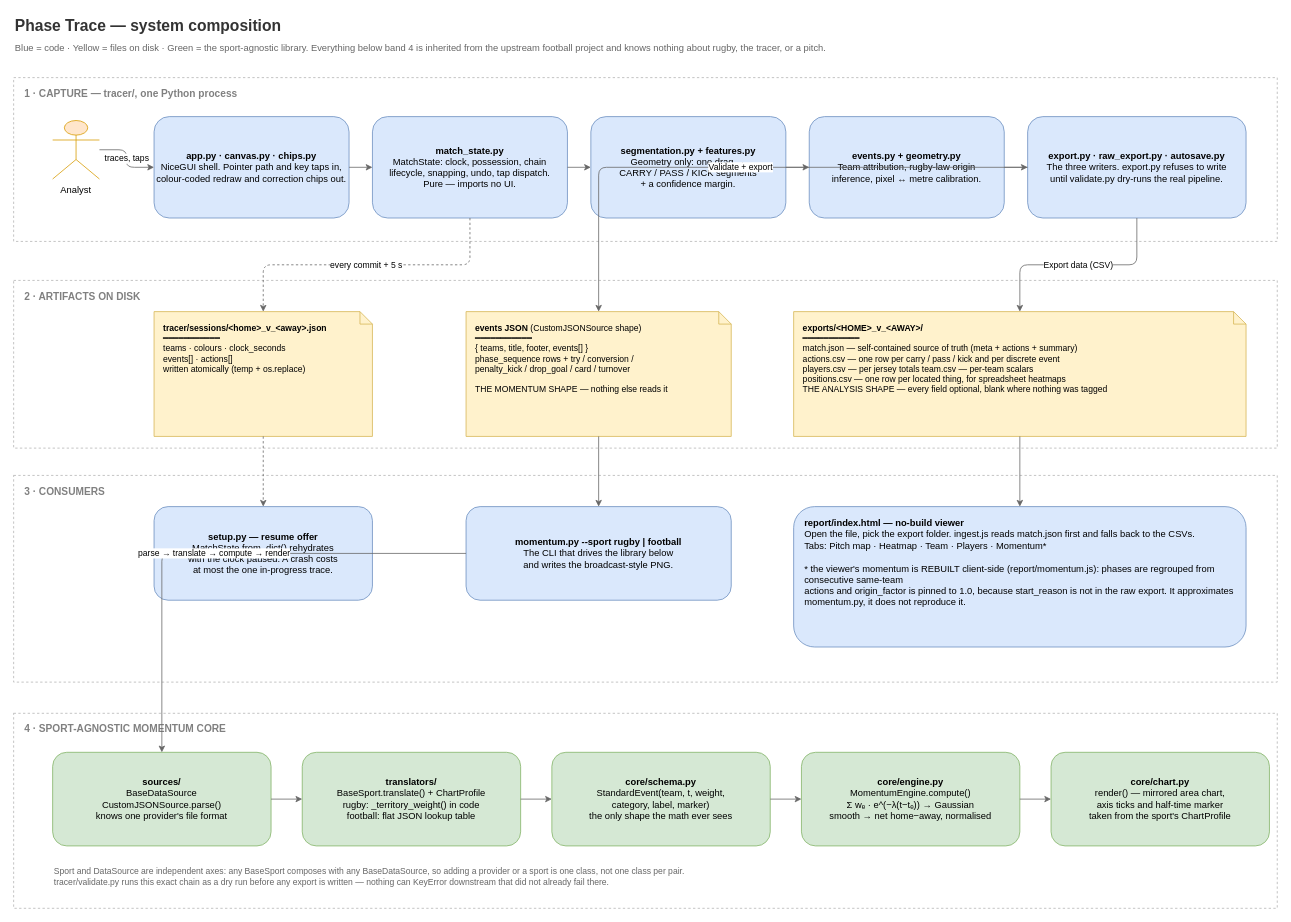
The draw.io diagram docs/diagrams/system-composition.drawio in JFrusher/phase-trace, before the edit. Source tidied: cells renumbered, new cells numbered last; positions are measured from the earlier drawing's top-left corner, leaving out a move shared by most shapes. Both pictures are drawn from the tidied source at 78%, with x=0, y=0 at pixel (13, 13).
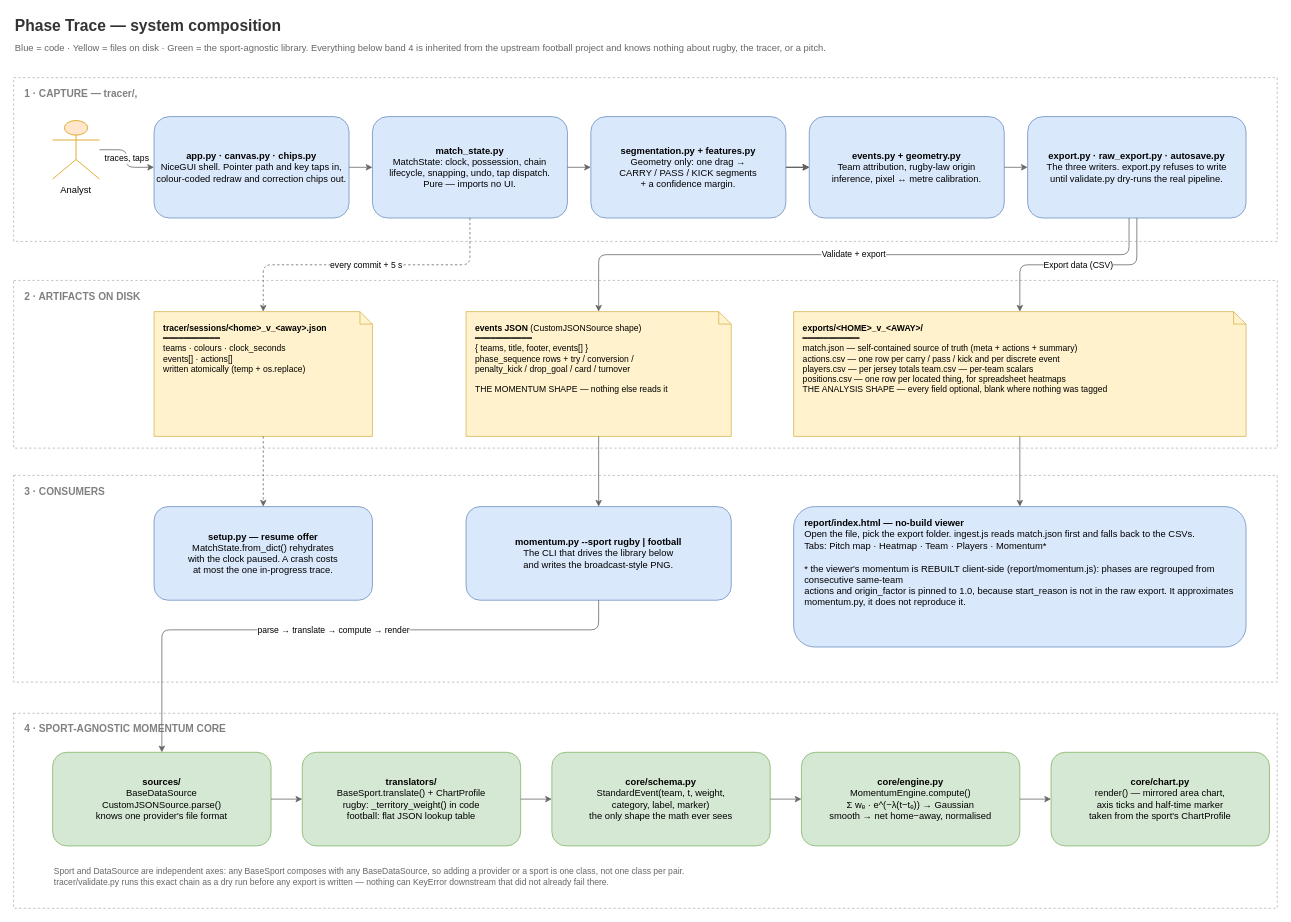
The same page after the edit.

The change refers to these unchanged cells:
```xml
<mxCell id="11" value="&lt;b&gt;segmentation.py + features.py&lt;/b&gt;&#10;Geometry only: one drag →&#10;CARRY / PASS / KICK segments&#10;+ a confidence margin." style="rounded=1;whiteSpace=wrap;html=1;fillColor=#dae8fc;strokeColor=#6c8ebf;fontSize=12;" parent="1" vertex="1">
  <mxGeometry x="740" y="132" width="250" height="130" as="geometry" />
</mxCell>
<mxCell id="12" value="&lt;b&gt;events.py + geometry.py&lt;/b&gt;&#10;Team attribution, rugby-law origin&#10;inference, pixel ↔ metre calibration." style="rounded=1;whiteSpace=wrap;html=1;fillColor=#dae8fc;strokeColor=#6c8ebf;fontSize=12;" parent="1" vertex="1">
  <mxGeometry x="1020" y="132" width="250" height="130" as="geometry" />
</mxCell>
<mxCell id="13" value="&lt;b&gt;export.py · raw_export.py · autosave.py&lt;/b&gt;&#10;The three writers. export.py refuses to write&#10;until validate.py dry-runs the real pipeline." style="rounded=1;whiteSpace=wrap;html=1;fillColor=#dae8fc;strokeColor=#6c8ebf;fontSize=12;" parent="1" vertex="1">
  <mxGeometry x="1300" y="132" width="280" height="130" as="geometry" />
</mxCell>
<mxCell id="15" value="&lt;b&gt;events JSON&lt;/b&gt; (CustomJSONSource shape)&#10;━━━━━━━━━━━&#10;{ teams, title, footer, events[] }&#10;phase_sequence rows + try / conversion /&#10;penalty_kick / drop_goal / card / turnover&#10;&#10;THE MOMENTUM SHAPE — nothing else reads it" style="shape=note;whiteSpace=wrap;html=1;fillColor=#fff2cc;strokeColor=#d6b656;align=left;verticalAlign=top;spacingLeft=10;spacingTop=8;fontSize=11;size=16;" parent="1" vertex="1">
  <mxGeometry x="580" y="382" width="340" height="160" as="geometry" />
</mxCell>
<mxCell id="18" value="&lt;b&gt;momentum.py --sport rugby | football&lt;/b&gt;&#10;The CLI that drives the library below&#10;and writes the broadcast-style PNG." style="rounded=1;whiteSpace=wrap;html=1;fillColor=#dae8fc;strokeColor=#6c8ebf;fontSize=12;" parent="1" vertex="1">
  <mxGeometry x="580" y="632" width="340" height="120" as="geometry" />
</mxCell>
<mxCell id="20" value="&lt;b&gt;sources/&lt;/b&gt;&#10;BaseDataSource&#10;CustomJSONSource.parse()&#10;knows one provider's file format" style="rounded=1;whiteSpace=wrap;html=1;fillColor=#d5e8d4;strokeColor=#82b366;fontSize=12;" parent="1" vertex="1">
  <mxGeometry x="50" y="947" width="280" height="120" as="geometry" />
</mxCell>
```

What changed in the source:
```diff
@@
-    <mxCell id="4" value="1 · CAPTURE — tracer/, one Python process" style="rounded=0;whiteSpace=wrap;html=1;fillColor=none;strokeColor=#b3b3b3;dashed=1;verticalAlign=top;align=left;spacingLeft=12;spacingTop=6;fontSize=13;fontStyle=1;fontColor=#808080;" parent="1" vertex="1">
+    <mxCell id="4" value="1 · CAPTURE — tracer/," style="rounded=0;whiteSpace=wrap;html=1;fillColor=none;strokeColor=#b3b3b3;dashed=1;verticalAlign=top;align=left;spacingLeft=12;spacingTop=6;fontSize=13;fontStyle=1;fontColor=#808080;" parent="1" vertex="1">
       <mxGeometry y="82" width="1620" height="210" as="geometry" />
     </mxCell>
@@
+    <mxCell id="42" style="edgeStyle=none;html=1;" parent="1" edge="1" source="11" target="12">
+      <mxGeometry relative="1" as="geometry" />
+    </mxCell>
@@
     <mxCell id="31" value="Validate + export" style="edgeStyle=orthogonalEdgeStyle;rounded=1;html=1;strokeColor=#666666;fontSize=11;" parent="1" edge="1" source="13" target="15">
-      <mxGeometry relative="1" as="geometry" />
+      <mxGeometry relative="1" as="geometry">
+        <Array as="points">
+          <mxPoint x="1430" y="309" />
+          <mxPoint x="750" y="309" />
+        </Array>
+      </mxGeometry>
     </mxCell>
@@
     <mxCell id="37" value="parse → translate → compute → render" style="edgeStyle=orthogonalEdgeStyle;rounded=1;html=1;strokeColor=#666666;fontSize=11;" parent="1" edge="1" source="18" target="20">
-      <mxGeometry relative="1" as="geometry" />
+      <mxGeometry relative="1" as="geometry">
+        <Array as="points">
+          <mxPoint x="750" y="790" />
+          <mxPoint x="190" y="790" />
+        </Array>
+      </mxGeometry>
     </mxCell>
```
